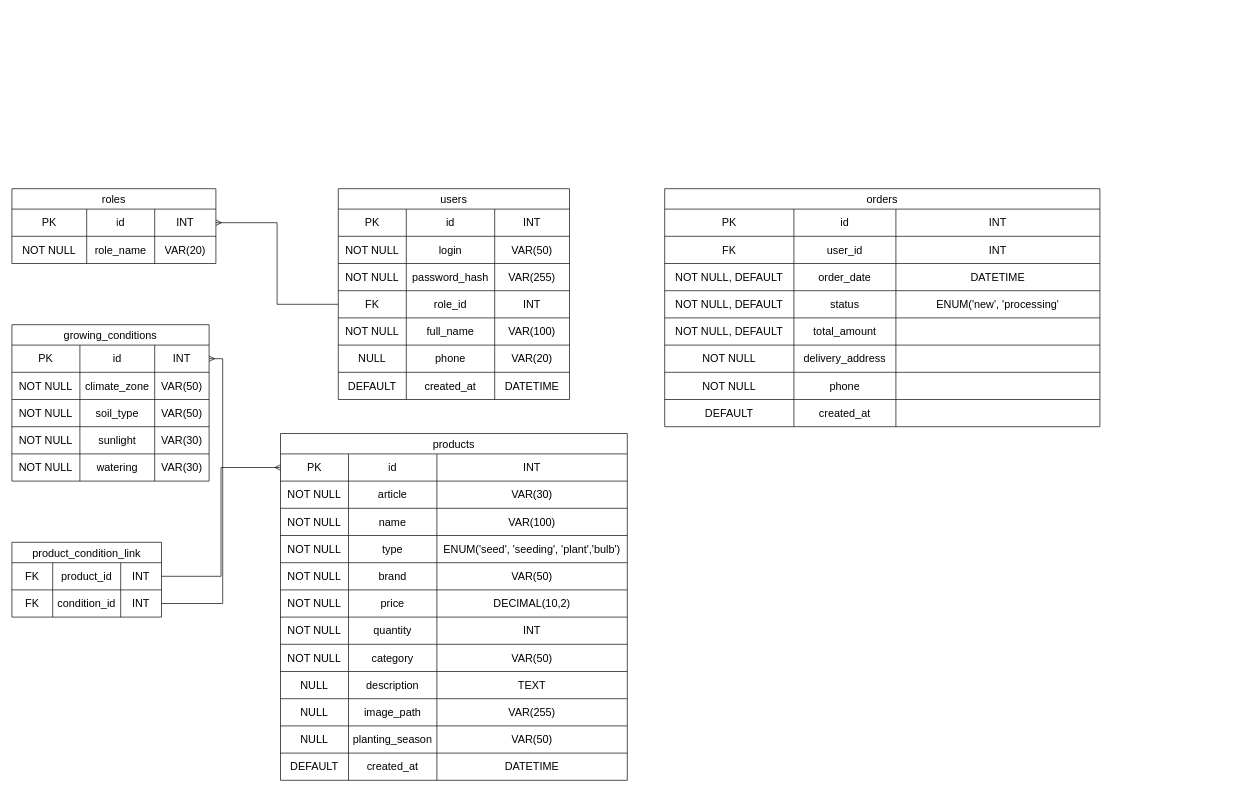
Before: page "Страница-2" (2 of 2) of Диаграмма без названия.drawio in Semen-000/Basic_Python_-_-_23-, a draw.io diagram. Source tidied: cells renumbered, new cells numbered last; positions are measured from the earlier drawing's top-left corner, leaving out a move shared by most shapes. Both pictures are drawn from the tidied source at 68%, with x=0, y=0 at pixel (12, 188).
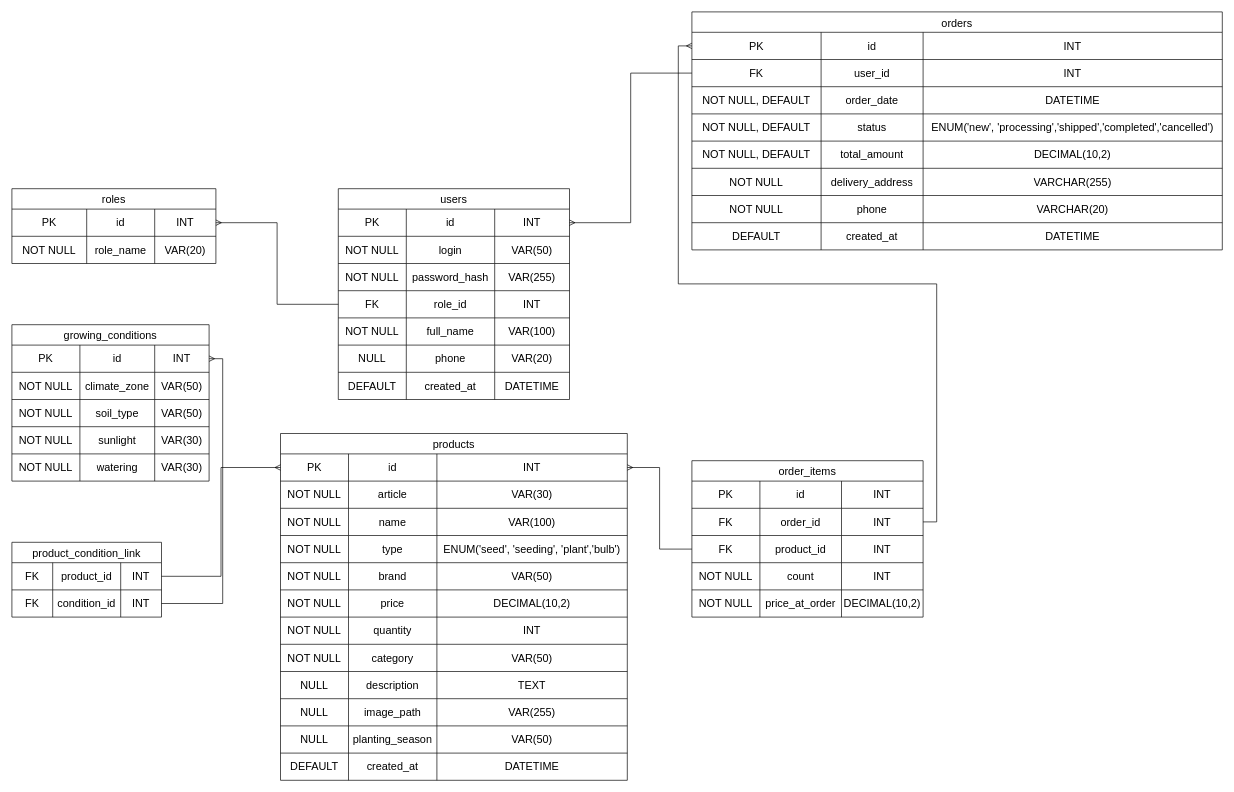
The same page after the edit.

Unchanged cells that the change refers to:
```xml
<mxCell id="12" style="shape=tableRow;horizontal=0;startSize=0;swimlaneHead=0;swimlaneBody=0;strokeColor=inherit;top=0;left=0;bottom=0;right=0;fillColor=none;points=[[0,0.5],[1,0.5]];portConstraint=eastwest;fontSize=16;" parent="11" vertex="1">
  <mxGeometry y="30" width="340" height="40" as="geometry" />
</mxCell>
<mxCell id="63" style="shape=tableRow;horizontal=0;startSize=0;swimlaneHead=0;swimlaneBody=0;strokeColor=inherit;top=0;left=0;bottom=0;right=0;fillColor=none;points=[[0,0.5],[1,0.5]];portConstraint=eastwest;fontSize=16;" parent="62" vertex="1">
  <mxGeometry y="30" width="510" height="40" as="geometry" />
</mxCell>
```

Change to the diagram source:
```diff
@@
     <mxCell id="122" value="orders" style="shape=table;startSize=30;childLayout=tableLayout;strokeColor=default;fontSize=16;" parent="1" vertex="1">
-      <mxGeometry x="960" width="640" height="350" as="geometry" />
+      <mxGeometry x="1000" y="-260" width="780" height="350" as="geometry" />
     </mxCell>
     <mxCell id="123" style="shape=tableRow;horizontal=0;startSize=0;swimlaneHead=0;swimlaneBody=0;strokeColor=inherit;top=0;left=0;bottom=0;right=0;fillColor=none;points=[[0,0.5],[1,0.5]];portConstraint=eastwest;fontSize=16;" parent="122" vertex="1">
-      <mxGeometry y="30" width="640" height="40" as="geometry" />
+      <mxGeometry y="30" width="780" height="40" as="geometry" />
     </mxCell>
@@
     <mxCell id="126" value="INT" style="shape=partialRectangle;html=1;whiteSpace=wrap;strokeColor=inherit;overflow=hidden;fillColor=none;top=0;left=0;bottom=0;right=0;fontSize=16;" parent="123" vertex="1">
-      <mxGeometry x="340" width="300" height="40" as="geometry" />
+      <mxGeometry x="340" width="440" height="40" as="geometry" />
     </mxCell>
     <mxCell id="127" style="shape=tableRow;horizontal=0;startSize=0;swimlaneHead=0;swimlaneBody=0;strokeColor=inherit;top=0;left=0;bottom=0;right=0;fillColor=none;points=[[0,0.5],[1,0.5]];portConstraint=eastwest;fontSize=16;" parent="122" vertex="1">
-      <mxGeometry y="70" width="640" height="40" as="geometry" />
+      <mxGeometry y="70" width="780" height="40" as="geometry" />
     </mxCell>
@@
     <mxCell id="130" value="INT" style="shape=partialRectangle;html=1;whiteSpace=wrap;strokeColor=inherit;overflow=hidden;fillColor=none;top=0;left=0;bottom=0;right=0;fontSize=16;" parent="127" vertex="1">
-      <mxGeometry x="340" width="300" height="40" as="geometry" />
+      <mxGeometry x="340" width="440" height="40" as="geometry" />
     </mxCell>
     <mxCell id="131" style="shape=tableRow;horizontal=0;startSize=0;swimlaneHead=0;swimlaneBody=0;strokeColor=inherit;top=0;left=0;bottom=0;right=0;fillColor=none;fontSize=16;" parent="122" vertex="1">
-      <mxGeometry y="110" width="640" height="40" as="geometry" />
+      <mxGeometry y="110" width="780" height="40" as="geometry" />
     </mxCell>
@@
     <mxCell id="134" value="DATETIME" style="shape=partialRectangle;html=1;whiteSpace=wrap;strokeColor=inherit;overflow=hidden;fillColor=none;top=0;left=0;bottom=0;right=0;fontSize=16;" parent="131" vertex="1">
-      <mxGeometry x="340" width="300" height="40" as="geometry" />
+      <mxGeometry x="340" width="440" height="40" as="geometry" />
     </mxCell>
     <mxCell id="135" style="shape=tableRow;horizontal=0;startSize=0;swimlaneHead=0;swimlaneBody=0;strokeColor=inherit;top=0;left=0;bottom=0;right=0;fillColor=none;fontSize=16;" parent="122" vertex="1">
-      <mxGeometry y="150" width="640" height="40" as="geometry" />
+      <mxGeometry y="150" width="780" height="40" as="geometry" />
     </mxCell>
@@
-    <mxCell id="138" value="ENUM('new', 'processing'" style="shape=partialRectangle;html=1;whiteSpace=wrap;strokeColor=inherit;overflow=hidden;fillColor=none;top=0;left=0;bottom=0;right=0;fontSize=16;" parent="135" vertex="1">
-      <mxGeometry x="340" width="300" height="40" as="geometry" />
+    <mxCell id="138" value="ENUM('new', 'processing','shipped','completed','cancelled')" style="shape=partialRectangle;html=1;whiteSpace=wrap;strokeColor=inherit;overflow=hidden;fillColor=none;top=0;left=0;bottom=0;right=0;fontSize=16;" parent="135" vertex="1">
+      <mxGeometry x="340" width="440" height="40" as="geometry" />
     </mxCell>
     <mxCell id="139" style="shape=tableRow;horizontal=0;startSize=0;swimlaneHead=0;swimlaneBody=0;strokeColor=inherit;top=0;left=0;bottom=0;right=0;fillColor=none;fontSize=16;" parent="122" vertex="1">
-      <mxGeometry y="190" width="640" height="40" as="geometry" />
+      <mxGeometry y="190" width="780" height="40" as="geometry" />
     </mxCell>
@@
-    <mxCell id="142" style="shape=partialRectangle;html=1;whiteSpace=wrap;strokeColor=inherit;overflow=hidden;fillColor=none;top=0;left=0;bottom=0;right=0;fontSize=16;" parent="139" vertex="1">
-      <mxGeometry x="340" width="300" height="40" as="geometry" />
+    <mxCell id="142" value="DECIMAL(10,2)" style="shape=partialRectangle;html=1;whiteSpace=wrap;strokeColor=inherit;overflow=hidden;fillColor=none;top=0;left=0;bottom=0;right=0;fontSize=16;" parent="139" vertex="1">
+      <mxGeometry x="340" width="440" height="40" as="geometry" />
     </mxCell>
     <mxCell id="143" style="shape=tableRow;horizontal=0;startSize=0;swimlaneHead=0;swimlaneBody=0;strokeColor=inherit;top=0;left=0;bottom=0;right=0;fillColor=none;fontSize=16;" parent="122" vertex="1">
-      <mxGeometry y="230" width="640" height="40" as="geometry" />
+      <mxGeometry y="230" width="780" height="40" as="geometry" />
     </mxCell>
@@
-    <mxCell id="146" style="shape=partialRectangle;html=1;whiteSpace=wrap;strokeColor=inherit;overflow=hidden;fillColor=none;top=0;left=0;bottom=0;right=0;fontSize=16;" parent="143" vertex="1">
-      <mxGeometry x="340" width="300" height="40" as="geometry" />
+    <mxCell id="146" value="VARCHAR(255)" style="shape=partialRectangle;html=1;whiteSpace=wrap;strokeColor=inherit;overflow=hidden;fillColor=none;top=0;left=0;bottom=0;right=0;fontSize=16;" parent="143" vertex="1">
+      <mxGeometry x="340" width="440" height="40" as="geometry" />
     </mxCell>
     <mxCell id="147" style="shape=tableRow;horizontal=0;startSize=0;swimlaneHead=0;swimlaneBody=0;strokeColor=inherit;top=0;left=0;bottom=0;right=0;fillColor=none;fontSize=16;" parent="122" vertex="1">
-      <mxGeometry y="270" width="640" height="40" as="geometry" />
+      <mxGeometry y="270" width="780" height="40" as="geometry" />
     </mxCell>
@@
-    <mxCell id="150" style="shape=partialRectangle;html=1;whiteSpace=wrap;strokeColor=inherit;overflow=hidden;fillColor=none;top=0;left=0;bottom=0;right=0;fontSize=16;" parent="147" vertex="1">
-      <mxGeometry x="340" width="300" height="40" as="geometry" />
+    <mxCell id="150" value="VARCHAR(20)" style="shape=partialRectangle;html=1;whiteSpace=wrap;strokeColor=inherit;overflow=hidden;fillColor=none;top=0;left=0;bottom=0;right=0;fontSize=16;" parent="147" vertex="1">
+      <mxGeometry x="340" width="440" height="40" as="geometry" />
     </mxCell>
     <mxCell id="151" style="shape=tableRow;horizontal=0;startSize=0;swimlaneHead=0;swimlaneBody=0;strokeColor=inherit;top=0;left=0;bottom=0;right=0;fillColor=none;fontSize=16;" parent="122" vertex="1">
-      <mxGeometry y="310" width="640" height="40" as="geometry" />
+      <mxGeometry y="310" width="780" height="40" as="geometry" />
     </mxCell>
@@
-    <mxCell id="154" style="shape=partialRectangle;html=1;whiteSpace=wrap;strokeColor=inherit;overflow=hidden;fillColor=none;top=0;left=0;bottom=0;right=0;fontSize=16;" parent="151" vertex="1">
-      <mxGeometry x="340" width="300" height="40" as="geometry" />
+    <mxCell id="154" value="DATETIME" style="shape=partialRectangle;html=1;whiteSpace=wrap;strokeColor=inherit;overflow=hidden;fillColor=none;top=0;left=0;bottom=0;right=0;fontSize=16;" parent="151" vertex="1">
+      <mxGeometry x="340" width="440" height="40" as="geometry" />
     </mxCell>
+    <mxCell id="155" value="order_items" style="shape=table;startSize=30;childLayout=tableLayout;strokeColor=default;fontSize=16;" parent="1" vertex="1">
+      <mxGeometry x="1000" y="400" width="340" height="230" as="geometry" />
+    </mxCell>
+    <mxCell id="156" style="shape=tableRow;horizontal=0;startSize=0;swimlaneHead=0;swimlaneBody=0;strokeColor=inherit;top=0;left=0;bottom=0;right=0;fillColor=none;fontSize=16;" parent="155" vertex="1">
+      <mxGeometry y="30" width="340" height="40" as="geometry" />
+    </mxCell>
+    <mxCell id="157" value="PK" style="shape=partialRectangle;html=1;whiteSpace=wrap;strokeColor=inherit;overflow=hidden;fillColor=none;top=0;left=0;bottom=0;right=0;fontSize=16;" parent="156" vertex="1">
+      <mxGeometry width="100" height="40" as="geometry" />
+    </mxCell>
+    <mxCell id="158" value="id" style="shape=partialRectangle;html=1;whiteSpace=wrap;strokeColor=inherit;overflow=hidden;fillColor=none;top=0;left=0;bottom=0;right=0;fontSize=16;" parent="156" vertex="1">
+      <mxGeometry x="100" width="120" height="40" as="geometry" />
+    </mxCell>
+    <mxCell id="159" value="INT" style="shape=partialRectangle;html=1;whiteSpace=wrap;strokeColor=inherit;overflow=hidden;fillColor=none;top=0;left=0;bottom=0;right=0;fontSize=16;" parent="156" vertex="1">
+      <mxGeometry x="220" width="120" height="40" as="geometry" />
+    </mxCell>
+    <mxCell id="160" style="shape=tableRow;horizontal=0;startSize=0;swimlaneHead=0;swimlaneBody=0;strokeColor=inherit;top=0;left=0;bottom=0;right=0;fillColor=none;points=[[0,0.5],[1,0.5]];portConstraint=eastwest;fontSize=16;" parent="155" vertex="1">
+      <mxGeometry y="70" width="340" height="40" as="geometry" />
+    </mxCell>
+    <mxCell id="161" value="FK" style="shape=partialRectangle;html=1;whiteSpace=wrap;strokeColor=inherit;overflow=hidden;fillColor=none;top=0;left=0;bottom=0;right=0;fontSize=16;" parent="160" vertex="1">
+      <mxGeometry width="100" height="40" as="geometry" />
+    </mxCell>
+    <mxCell id="162" value="order_id" style="shape=partialRectangle;html=1;whiteSpace=wrap;strokeColor=inherit;overflow=hidden;fillColor=none;top=0;left=0;bottom=0;right=0;fontSize=16;" parent="160" vertex="1">
+      <mxGeometry x="100" width="120" height="40" as="geometry" />
+    </mxCell>
+    <mxCell id="163" value="INT" style="shape=partialRectangle;html=1;whiteSpace=wrap;strokeColor=inherit;overflow=hidden;fillColor=none;top=0;left=0;bottom=0;right=0;fontSize=16;" parent="160" vertex="1">
+      <mxGeometry x="220" width="120" height="40" as="geometry" />
+    </mxCell>
+    <mxCell id="164" style="shape=tableRow;horizontal=0;startSize=0;swimlaneHead=0;swimlaneBody=0;strokeColor=inherit;top=0;left=0;bottom=0;right=0;fillColor=none;points=[[0,0.5],[1,0.5]];portConstraint=eastwest;fontSize=16;" parent="155" vertex="1">
+      <mxGeometry y="110" width="340" height="40" as="geometry" />
+    </mxCell>
+    <mxCell id="165" value="FK" style="shape=partialRectangle;html=1;whiteSpace=wrap;strokeColor=inherit;overflow=hidden;fillColor=none;top=0;left=0;bottom=0;right=0;fontSize=16;" parent="164" vertex="1">
+      <mxGeometry width="100" height="40" as="geometry" />
+    </mxCell>
+    <mxCell id="166" value="product_id" style="shape=partialRectangle;html=1;whiteSpace=wrap;strokeColor=inherit;overflow=hidden;fillColor=none;top=0;left=0;bottom=0;right=0;fontSize=16;" parent="164" vertex="1">
+      <mxGeometry x="100" width="120" height="40" as="geometry" />
+    </mxCell>
+    <mxCell id="167" value="INT" style="shape=partialRectangle;html=1;whiteSpace=wrap;strokeColor=inherit;overflow=hidden;fillColor=none;top=0;left=0;bottom=0;right=0;fontSize=16;" parent="164" vertex="1">
+      <mxGeometry x="220" width="120" height="40" as="geometry" />
+    </mxCell>
+    <mxCell id="168" style="shape=tableRow;horizontal=0;startSize=0;swimlaneHead=0;swimlaneBody=0;strokeColor=inherit;top=0;left=0;bottom=0;right=0;fillColor=none;fontSize=16;" parent="155" vertex="1">
+      <mxGeometry y="150" width="340" height="40" as="geometry" />
+    </mxCell>
+    <mxCell id="169" value="NOT NULL" style="shape=partialRectangle;html=1;whiteSpace=wrap;strokeColor=inherit;overflow=hidden;fillColor=none;top=0;left=0;bottom=0;right=0;fontSize=16;" parent="168" vertex="1">
+      <mxGeometry width="100" height="40" as="geometry" />
+    </mxCell>
+    <mxCell id="170" value="count" style="shape=partialRectangle;html=1;whiteSpace=wrap;strokeColor=inherit;overflow=hidden;fillColor=none;top=0;left=0;bottom=0;right=0;fontSize=16;" parent="168" vertex="1">
+      <mxGeometry x="100" width="120" height="40" as="geometry" />
+    </mxCell>
+    <mxCell id="171" value="INT" style="shape=partialRectangle;html=1;whiteSpace=wrap;strokeColor=inherit;overflow=hidden;fillColor=none;top=0;left=0;bottom=0;right=0;fontSize=16;" parent="168" vertex="1">
+      <mxGeometry x="220" width="120" height="40" as="geometry" />
+    </mxCell>
+    <mxCell id="172" style="shape=tableRow;horizontal=0;startSize=0;swimlaneHead=0;swimlaneBody=0;strokeColor=inherit;top=0;left=0;bottom=0;right=0;fillColor=none;fontSize=16;" parent="155" vertex="1">
+      <mxGeometry y="190" width="340" height="40" as="geometry" />
+    </mxCell>
+    <mxCell id="173" value="NOT NULL" style="shape=partialRectangle;html=1;whiteSpace=wrap;strokeColor=inherit;overflow=hidden;fillColor=none;top=0;left=0;bottom=0;right=0;fontSize=16;" parent="172" vertex="1">
+      <mxGeometry width="100" height="40" as="geometry" />
+    </mxCell>
+    <mxCell id="174" value="price_at_order" style="shape=partialRectangle;html=1;whiteSpace=wrap;strokeColor=inherit;overflow=hidden;fillColor=none;top=0;left=0;bottom=0;right=0;fontSize=16;" parent="172" vertex="1">
+      <mxGeometry x="100" width="120" height="40" as="geometry" />
+    </mxCell>
+    <mxCell id="175" value="DECIMAL(10,2)" style="shape=partialRectangle;html=1;whiteSpace=wrap;strokeColor=inherit;overflow=hidden;fillColor=none;top=0;left=0;bottom=0;right=0;fontSize=16;" parent="172" vertex="1">
+      <mxGeometry x="220" width="120" height="40" as="geometry" />
+    </mxCell>
+    <mxCell id="176" style="edgeStyle=orthogonalEdgeStyle;rounded=0;jettySize=auto;html=1;endArrow=ERmany;endFill=0;" parent="1" edge="1" source="127" target="12">
+      <mxGeometry relative="1" as="geometry" />
+    </mxCell>
+    <mxCell id="177" style="edgeStyle=orthogonalEdgeStyle;rounded=0;jettySize=auto;html=1;entryX=0;entryY=0.5;entryDx=0;entryDy=0;endArrow=ERmany;endFill=0;" parent="1" edge="1" source="160" target="123">
+      <mxGeometry relative="1" as="geometry" />
+    </mxCell>
+    <mxCell id="178" style="edgeStyle=orthogonalEdgeStyle;rounded=0;jettySize=auto;html=1;entryX=1;entryY=0.5;entryDx=0;entryDy=0;endArrow=ERmany;endFill=0;" parent="1" edge="1" source="164" target="63">
+      <mxGeometry relative="1" as="geometry" />
+    </mxCell>
```
